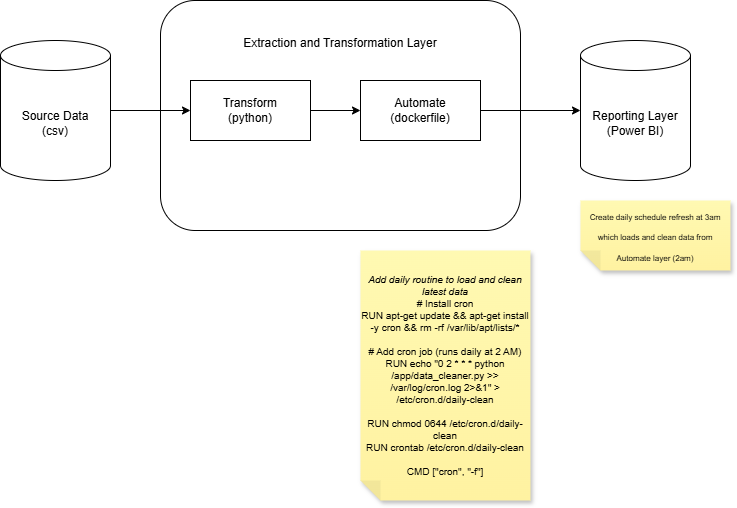
Before: Day 4/Library.drawio.png, a diagram exported from draw.io (paulrot26/Module-5---Product-Development). Source tidied: cells renumbered, new cells last; positions are measured from the earlier drawing's top-left corner, leaving out a move shared by most shapes.
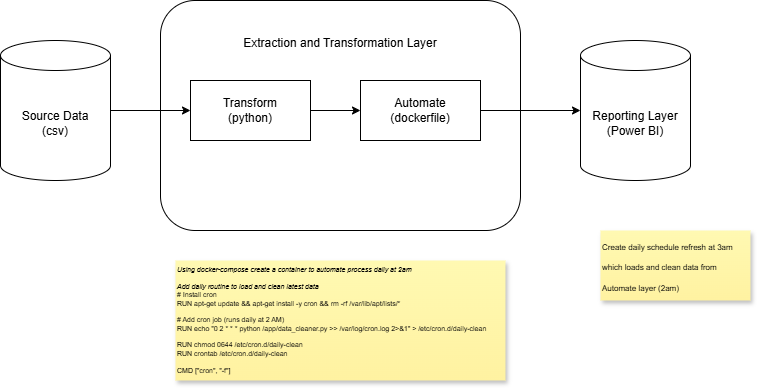
The same diagram one commit later.

What changed in the source:
```diff
@@ -26,11 +26,11 @@
     <mxCell id="9" value="Reporting Layer&lt;br&gt;(Power BI)" style="shape=cylinder3;whiteSpace=wrap;html=1;boundedLbl=1;backgroundOutline=1;size=15;" parent="1" vertex="1">
       <mxGeometry x="580" y="40" width="110" height="140" as="geometry" />
     </mxCell>
-    <mxCell id="10" value="&lt;div&gt;&lt;i&gt;Add daily routine to load and clean latest data&lt;/i&gt;&lt;br&gt;# Install cron&lt;/div&gt;&lt;div&gt;RUN apt-get update &amp;amp;&amp;amp; apt-get install -y cron &amp;amp;&amp;amp; rm -rf /var/lib/apt/lists/*&lt;/div&gt;&lt;div&gt;&lt;br&gt;&lt;/div&gt;&lt;div&gt;# Add cron job (runs daily at 2 AM)&lt;/div&gt;&lt;div&gt;RUN echo &quot;0 2 * * * python /app/data_cleaner.py &amp;gt;&amp;gt; /var/log/cron.log 2&amp;gt;&amp;amp;1&quot; &amp;gt; /etc/cron.d/daily-clean&lt;/div&gt;&lt;div&gt;&lt;br&gt;&lt;/div&gt;&lt;div&gt;RUN chmod 0644 /etc/cron.d/daily-clean&lt;/div&gt;&lt;div&gt;RUN crontab /etc/cron.d/daily-clean&lt;/div&gt;&lt;div&gt;&lt;br&gt;&lt;/div&gt;&lt;div&gt;CMD [&quot;cron&quot;, &quot;-f&quot;]&lt;/div&gt;" style="shape=note;whiteSpace=wrap;html=1;backgroundOutline=1;autosizeText=1;fontColor=#000000;darkOpacity=0.05;fillColor=#FFF9B2;strokeColor=none;fillStyle=solid;fontSize=10;direction=west;gradientDirection=north;gradientColor=#FFF2A1;shadow=1;size=20;" parent="1" vertex="1">
-      <mxGeometry x="360" y="250" width="170" height="250" as="geometry" />
+    <mxCell id="10" value="&lt;div&gt;&lt;i&gt;Using docker-compose create a container to automate process daily at 2am&lt;/i&gt;&lt;/div&gt;&lt;div&gt;&lt;i&gt;&lt;br&gt;&lt;/i&gt;&lt;/div&gt;&lt;div&gt;&lt;i&gt;Add daily routine to load and clean latest data&lt;/i&gt;&lt;br&gt;# Install cron&lt;/div&gt;&lt;div&gt;RUN apt-get update &amp;amp;&amp;amp; apt-get install -y cron &amp;amp;&amp;amp; rm -rf /var/lib/apt/lists/*&lt;/div&gt;&lt;div&gt;&lt;br&gt;&lt;/div&gt;&lt;div&gt;# Add cron job (runs daily at 2 AM)&lt;/div&gt;&lt;div&gt;RUN echo &quot;0 2 * * * python /app/data_cleaner.py &amp;gt;&amp;gt; /var/log/cron.log 2&amp;gt;&amp;amp;1&quot; &amp;gt; /etc/cron.d/daily-clean&lt;/div&gt;&lt;div&gt;&lt;br&gt;&lt;/div&gt;&lt;div&gt;RUN chmod 0644 /etc/cron.d/daily-clean&lt;/div&gt;&lt;div&gt;RUN crontab /etc/cron.d/daily-clean&lt;/div&gt;&lt;div&gt;&lt;br&gt;&lt;/div&gt;&lt;div&gt;CMD [&quot;cron&quot;, &quot;-f&quot;]&lt;/div&gt;" style="shape=note;whiteSpace=wrap;html=1;backgroundOutline=1;autosizeText=1;fontColor=#000000;darkOpacity=0.05;fillColor=#FFF9B2;strokeColor=none;fillStyle=solid;fontSize=7;direction=west;gradientDirection=north;gradientColor=#FFF2A1;shadow=1;size=0;align=left;" parent="1" vertex="1">
+      <mxGeometry x="175" y="260" width="330" height="120" as="geometry" />
     </mxCell>
-    <mxCell id="11" value="&lt;font style=&quot;font-size: 8px;&quot;&gt;Create daily schedule refresh at 3am which loads and clean data from Automate layer (2am)&lt;/font&gt;" style="shape=note;whiteSpace=wrap;html=1;backgroundOutline=1;autosizeText=1;fontColor=#000000;darkOpacity=0.05;fillColor=#FFF9B2;strokeColor=none;fillStyle=solid;fontSize=17;direction=west;gradientDirection=north;gradientColor=#FFF2A1;shadow=1;size=20;" parent="1" vertex="1">
-      <mxGeometry x="580" y="200" width="150" height="70" as="geometry" />
+    <mxCell id="11" value="&lt;font style=&quot;font-size: 8px;&quot;&gt;Create daily schedule refresh at 3am which loads and clean data from Automate layer (2am)&lt;/font&gt;" style="shape=note;whiteSpace=wrap;html=1;backgroundOutline=1;autosizeText=1;fontColor=#000000;darkOpacity=0.05;fillColor=#FFF9B2;strokeColor=none;fillStyle=solid;fontSize=17;direction=west;gradientDirection=north;gradientColor=#FFF2A1;shadow=1;size=0;align=left;verticalAlign=middle;" parent="1" vertex="1">
+      <mxGeometry x="600" y="230" width="150" height="70" as="geometry" />
     </mxCell>
   </root>
 </mxGraphModel>
```
